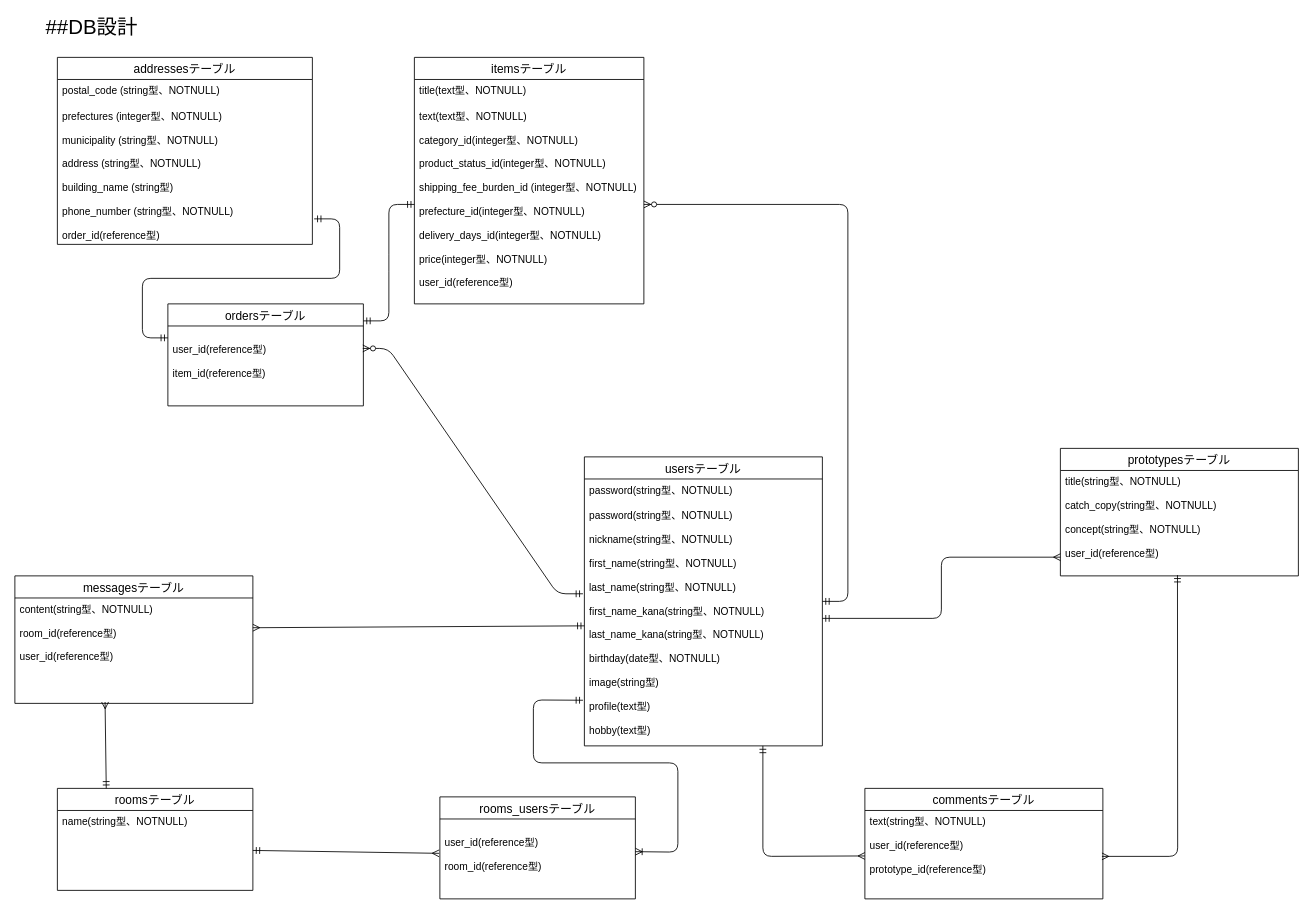
ryo106/connect-30940 keeps this draw.io diagram as ER図.dio. Above is the earlier version. Source tidied: cells renumbered, new cells numbered last; positions are measured from the earlier drawing's top-left corner, leaving out a move shared by most shapes. Both pictures are drawn from the tidied source at 85%, with x=0, y=0 at pixel (14, 14).
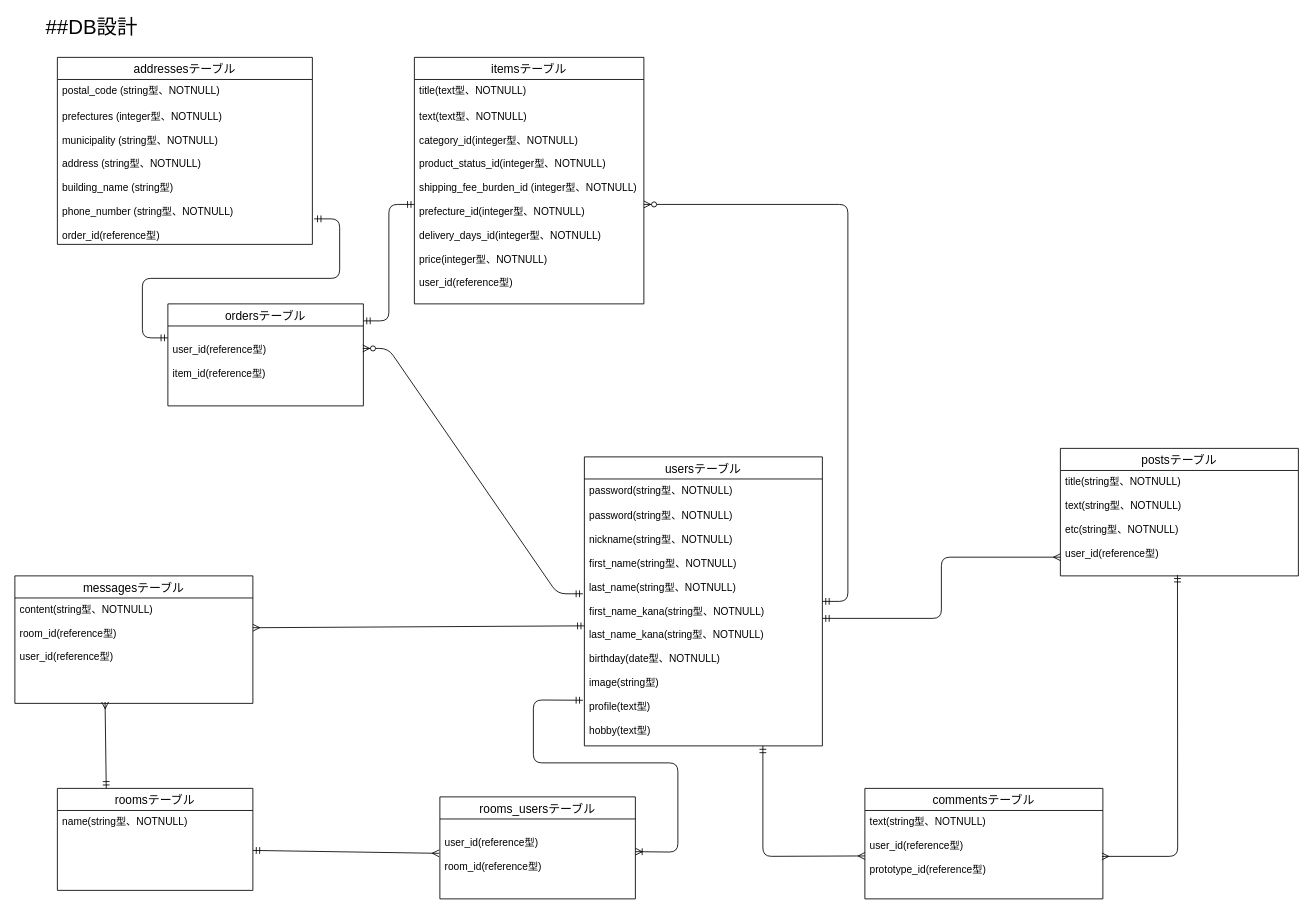
After the change.

The edit, as a diff of the source:
```diff
@@
-    <mxCell id="5" value="prototypesテーブル" style="swimlane;fontStyle=0;horizontal=1;startSize=26;align=center;fontSize=14;" parent="1" vertex="1">
+    <mxCell id="5" value="postsテーブル" style="swimlane;fontStyle=0;horizontal=1;startSize=26;align=center;fontSize=14;" parent="1" vertex="1">
       <mxGeometry x="1230" y="510" width="280" height="150" as="geometry" />
     </mxCell>
-    <mxCell id="6" value="title(string型、NOTNULL)&#10;&#10;catch_copy(string型、NOTNULL)&#10;&#10;concept(string型、NOTNULL)&#10;&#10;user_id(reference型)" style="text;strokeColor=none;fillColor=none;spacingLeft=4;spacingRight=4;overflow=hidden;points=[[0,0.5],[1,0.5]];portConstraint=eastwest;fontSize=12;" parent="5" vertex="1">
+    <mxCell id="6" value="title(string型、NOTNULL)&#10;&#10;text(string型、NOTNULL)&#10;&#10;etc(string型、NOTNULL)&#10;&#10;user_id(reference型)" style="text;strokeColor=none;fillColor=none;spacingLeft=4;spacingRight=4;overflow=hidden;points=[[0,0.5],[1,0.5]];portConstraint=eastwest;fontSize=12;" parent="5" vertex="1">
       <mxGeometry y="26" width="280" height="124" as="geometry" />
     </mxCell>
```
